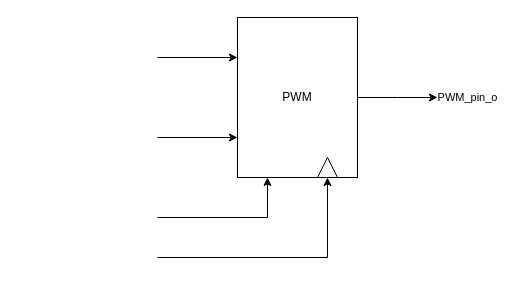
Earlier version of the draw.io diagram ex_3/Unbenanntes Diagramm.drawio (s-grundner/LVA-VHDL-PR). Source tidied: cells renumbered, new cells numbered last; positions are measured from the earlier drawing's top-left corner, leaving out a move shared by most shapes. Both pictures are drawn from the tidied source at 100%, with x=0, y=0 at pixel (157, 17).
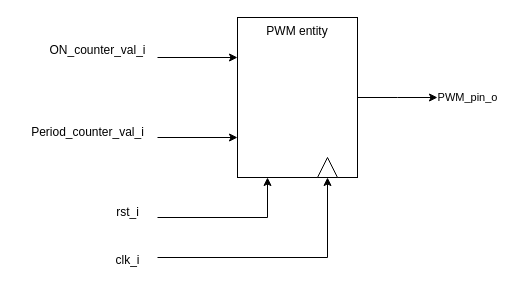
Above is the later version.

Diff of the diagram source:
```diff
@@
 <mxGraphModel>
   <root>
     <mxCell id="0" />
     <mxCell id="1" parent="0" />
     <mxCell id="2" style="edgeStyle=orthogonalEdgeStyle;rounded=0;jettySize=auto;html=1;exitX=1;exitY=0.5;exitDx=0;exitDy=0;" parent="1" edge="1" source="8">
       <mxGeometry relative="1" as="geometry">
         <mxPoint x="280" y="80" as="targetPoint" />
       </mxGeometry>
     </mxCell>
     <mxCell id="3" value="PWM_pin_o" style="edgeLabel;html=1;align=center;verticalAlign=middle;" parent="2" vertex="1">
       <mxGeometry x="0.03" y="-1" relative="1" as="geometry">
         <mxPoint x="69" y="-2" as="offset" />
       </mxGeometry>
     </mxCell>
     <mxCell id="4" style="edgeStyle=orthogonalEdgeStyle;rounded=0;jettySize=auto;html=1;exitX=0.75;exitY=1;exitDx=0;exitDy=0;startArrow=classic;startFill=1;endArrow=none;endFill=0;" parent="1" edge="1" source="8">
       <mxGeometry relative="1" as="geometry">
         <mxPoint y="240" as="targetPoint" />
         <Array as="points">
           <mxPoint x="170" y="240" />
         </Array>
       </mxGeometry>
     </mxCell>
     <mxCell id="5" style="edgeStyle=orthogonalEdgeStyle;rounded=0;jettySize=auto;html=1;exitX=0.25;exitY=1;exitDx=0;exitDy=0;startArrow=classic;startFill=1;endArrow=none;endFill=0;" parent="1" edge="1" source="8">
       <mxGeometry relative="1" as="geometry">
         <mxPoint y="200" as="targetPoint" />
         <Array as="points">
           <mxPoint x="110" y="200" />
         </Array>
       </mxGeometry>
     </mxCell>
     <mxCell id="6" style="edgeStyle=orthogonalEdgeStyle;rounded=0;jettySize=auto;html=1;exitX=0;exitY=0.25;exitDx=0;exitDy=0;startArrow=classic;startFill=1;endArrow=none;endFill=0;" parent="1" edge="1" source="8">
       <mxGeometry relative="1" as="geometry">
         <mxPoint y="40" as="targetPoint" />
       </mxGeometry>
     </mxCell>
     <mxCell id="7" style="edgeStyle=orthogonalEdgeStyle;rounded=0;jettySize=auto;html=1;exitX=0;exitY=0.75;exitDx=0;exitDy=0;startArrow=classic;startFill=1;endArrow=none;endFill=0;" parent="1" edge="1" source="8">
       <mxGeometry relative="1" as="geometry">
         <mxPoint y="120" as="targetPoint" />
       </mxGeometry>
     </mxCell>
-    <mxCell id="8" value="PWM" style="whiteSpace=wrap;html=1;" parent="1" vertex="1">
+    <mxCell id="8" value="PWM entity" style="whiteSpace=wrap;html=1;verticalAlign=top;" parent="1" vertex="1">
       <mxGeometry x="80" width="120" height="160" as="geometry" />
     </mxCell>
     <mxCell id="9" style="triangle;whiteSpace=wrap;html=1;rotation=-90;" parent="1" vertex="1">
       <mxGeometry x="160" y="140" width="20" height="20" as="geometry" />
     </mxCell>
+    <mxCell id="10" value="clk_i" style="text;html=1;align=center;verticalAlign=middle;strokeColor=none;fillColor=none;" parent="1" vertex="1">
+      <mxGeometry x="-55" y="228" width="50" height="30" as="geometry" />
+    </mxCell>
+    <mxCell id="11" value="rst_i" style="text;html=1;align=center;verticalAlign=middle;strokeColor=none;fillColor=none;" parent="1" vertex="1">
+      <mxGeometry x="-55" y="180" width="50" height="30" as="geometry" />
+    </mxCell>
+    <mxCell id="12" value="Period_counter_val_i" style="text;html=1;align=center;verticalAlign=middle;strokeColor=none;fillColor=none;" parent="1" vertex="1">
+      <mxGeometry x="-140" y="100" width="140" height="30" as="geometry" />
+    </mxCell>
+    <mxCell id="13" value="ON_counter_val_i" style="text;html=1;align=center;verticalAlign=middle;strokeColor=none;fillColor=none;" parent="1" vertex="1">
+      <mxGeometry x="-120" y="18" width="120" height="30" as="geometry" />
+    </mxCell>
   </root>
 </mxGraphModel>
```
